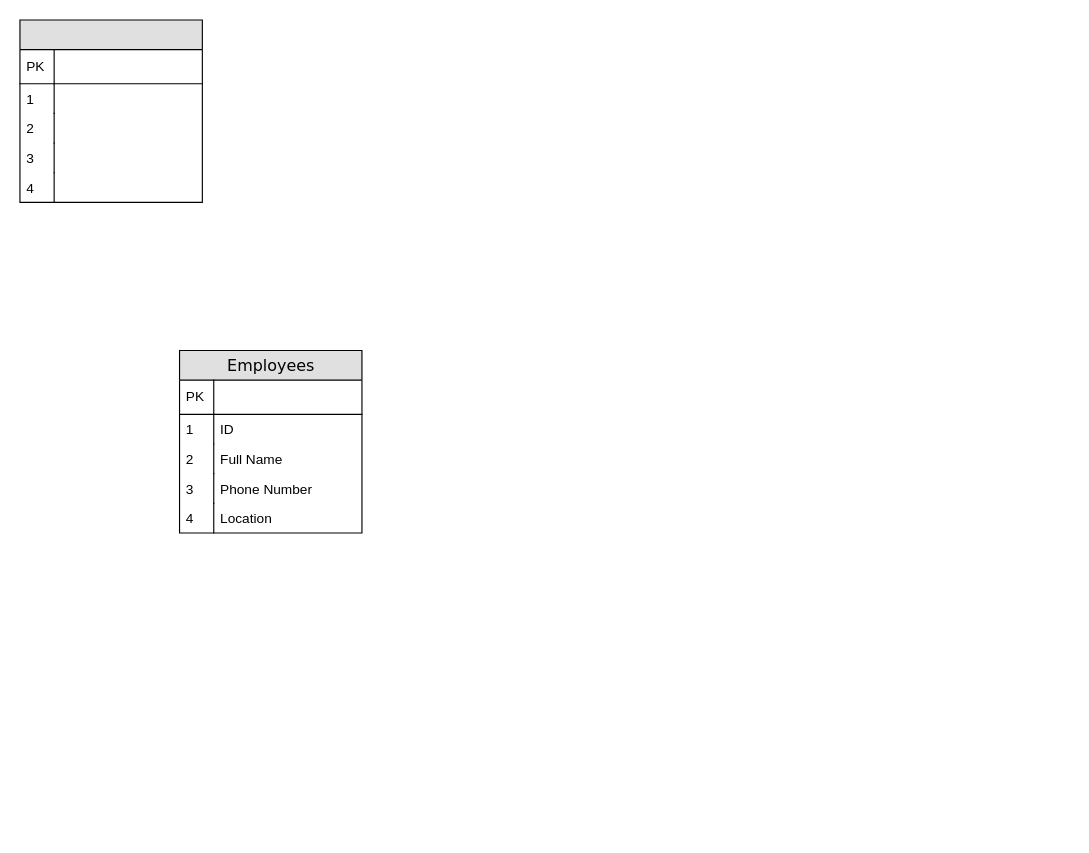
This is Module_1/Entity_Relations_Diagram.drawio from ironhack-bcn-data-pt/Ironhack_Paris, a draw.io file, before an edit. Source tidied: cells renumbered, new cells numbered last; positions are measured from the earlier drawing's top-left corner, leaving out a move shared by most shapes. Both pictures are drawn from the tidied source at 114%, with x=0, y=0 at pixel (19, 19).
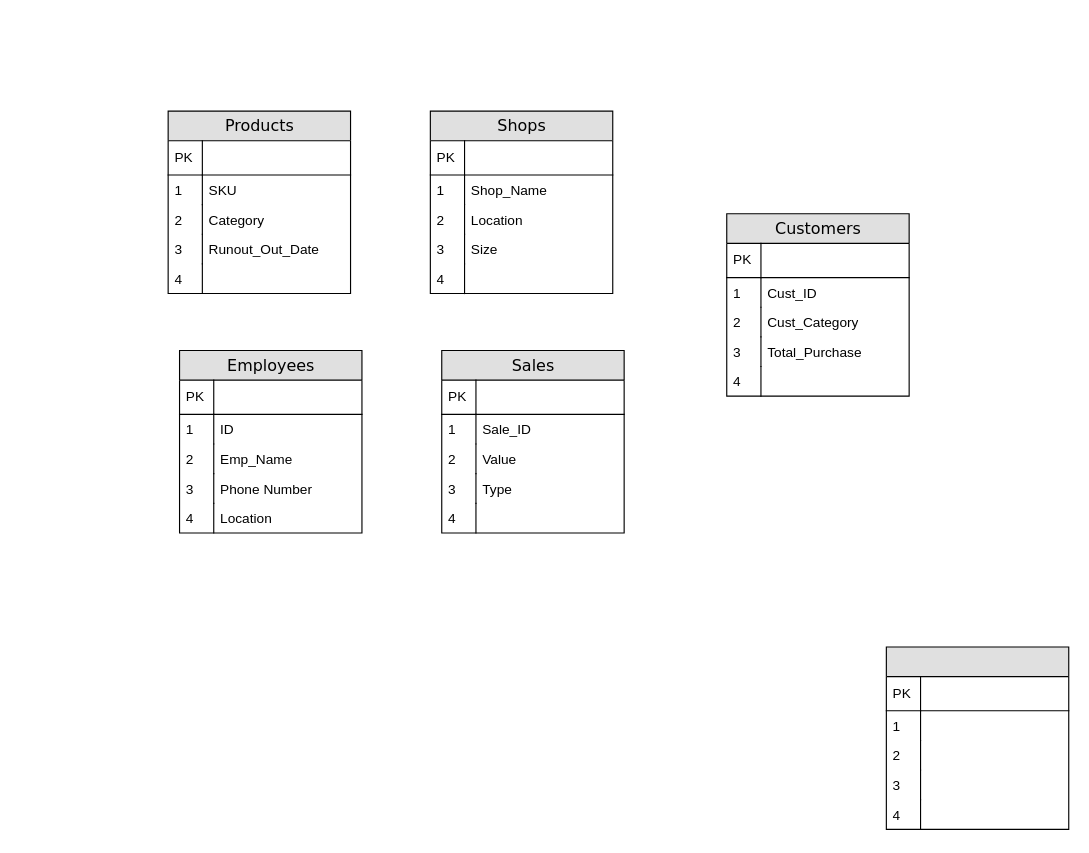
Above is the later version.

The change refers to these unchanged cells:
```xml
<mxCell id="2" value="Employees" style="swimlane;html=1;fontStyle=0;horizontal=1;startSize=26;fillColor=#e0e0e0;swimlaneFillColor=#ffffff;align=center;rounded=0;shadow=0;comic=0;labelBackgroundColor=none;strokeWidth=1;fontFamily=Verdana;fontSize=14;" parent="1" vertex="1">
  <mxGeometry x="140" y="290" width="160" height="160" as="geometry" />
</mxCell>
```

Diff of the diagram source:
```diff
@@
-    <mxCell id="7" value="Full Name" style="shape=partialRectangle;top=0;left=0;right=0;bottom=0;html=1;align=left;verticalAlign=top;fillColor=none;spacingLeft=34;spacingRight=4;whiteSpace=wrap;overflow=hidden;" parent="2" vertex="1">
+    <mxCell id="7" value="Emp_Name" style="shape=partialRectangle;top=0;left=0;right=0;bottom=0;html=1;align=left;verticalAlign=top;fillColor=none;spacingLeft=34;spacingRight=4;whiteSpace=wrap;overflow=hidden;" parent="2" vertex="1">
       <mxGeometry y="82" width="160" height="26" as="geometry" />
     </mxCell>
@@
-    <mxCell id="13" style="swimlane;html=1;fontStyle=0;horizontal=1;startSize=26;fillColor=#e0e0e0;swimlaneFillColor=#ffffff;align=center;rounded=0;shadow=0;comic=0;labelBackgroundColor=none;strokeWidth=1;fontFamily=Verdana;fontSize=14;" parent="1" vertex="1">
-      <mxGeometry width="160" height="160" as="geometry" />
+    <mxCell id="13" value="Products" style="swimlane;html=1;fontStyle=0;horizontal=1;startSize=26;fillColor=#e0e0e0;swimlaneFillColor=#ffffff;align=center;rounded=0;shadow=0;comic=0;labelBackgroundColor=none;strokeWidth=1;fontFamily=Verdana;fontSize=14;" parent="1" vertex="1">
+      <mxGeometry x="130" y="80" width="160" height="160" as="geometry" />
     </mxCell>
@@
-    <mxCell id="16" style="shape=partialRectangle;top=0;left=0;right=0;bottom=0;html=1;align=left;verticalAlign=top;fillColor=none;spacingLeft=34;spacingRight=4;whiteSpace=wrap;overflow=hidden;" parent="13" vertex="1">
+    <mxCell id="16" value="SKU" style="shape=partialRectangle;top=0;left=0;right=0;bottom=0;html=1;align=left;verticalAlign=top;fillColor=none;spacingLeft=34;spacingRight=4;whiteSpace=wrap;overflow=hidden;" parent="13" vertex="1">
       <mxGeometry y="56" width="160" height="26" as="geometry" />
     </mxCell>
@@
-    <mxCell id="18" style="shape=partialRectangle;top=0;left=0;right=0;bottom=0;html=1;align=left;verticalAlign=top;fillColor=none;spacingLeft=34;spacingRight=4;whiteSpace=wrap;overflow=hidden;" parent="13" vertex="1">
+    <mxCell id="18" value="Category" style="shape=partialRectangle;top=0;left=0;right=0;bottom=0;html=1;align=left;verticalAlign=top;fillColor=none;spacingLeft=34;spacingRight=4;whiteSpace=wrap;overflow=hidden;" parent="13" vertex="1">
       <mxGeometry y="82" width="160" height="26" as="geometry" />
     </mxCell>
@@
-    <mxCell id="20" style="shape=partialRectangle;top=0;left=0;right=0;bottom=0;html=1;align=left;verticalAlign=top;fillColor=none;spacingLeft=34;spacingRight=4;whiteSpace=wrap;overflow=hidden;" parent="13" vertex="1">
+    <mxCell id="20" value="Runout_Out_Date" style="shape=partialRectangle;top=0;left=0;right=0;bottom=0;html=1;align=left;verticalAlign=top;fillColor=none;spacingLeft=34;spacingRight=4;whiteSpace=wrap;overflow=hidden;" parent="13" vertex="1">
       <mxGeometry y="108" width="160" height="26" as="geometry" />
     </mxCell>
@@
+    <mxCell id="24" value="Shops" style="swimlane;html=1;fontStyle=0;horizontal=1;startSize=26;fillColor=#e0e0e0;swimlaneFillColor=#ffffff;align=center;rounded=0;shadow=0;comic=0;labelBackgroundColor=none;strokeWidth=1;fontFamily=Verdana;fontSize=14;" parent="1" vertex="1">
+      <mxGeometry x="360" y="80" width="160" height="160" as="geometry" />
+    </mxCell>
+    <mxCell id="25" style="shape=partialRectangle;top=0;left=0;right=0;bottom=1;html=1;align=left;verticalAlign=middle;fillColor=none;spacingLeft=34;spacingRight=4;whiteSpace=wrap;overflow=hidden;fontStyle=5;" parent="24" vertex="1">
+      <mxGeometry y="26" width="160" height="30" as="geometry" />
+    </mxCell>
+    <mxCell id="26" value="PK" style="shape=partialRectangle;top=0;left=0;bottom=0;html=1;fillColor=none;align=left;verticalAlign=middle;spacingLeft=4;spacingRight=4;whiteSpace=wrap;overflow=hidden;" parent="25" vertex="1">
+      <mxGeometry width="30" height="30" as="geometry" />
+    </mxCell>
+    <mxCell id="27" value="Shop_Name" style="shape=partialRectangle;top=0;left=0;right=0;bottom=0;html=1;align=left;verticalAlign=top;fillColor=none;spacingLeft=34;spacingRight=4;whiteSpace=wrap;overflow=hidden;" parent="24" vertex="1">
+      <mxGeometry y="56" width="160" height="26" as="geometry" />
+    </mxCell>
+    <mxCell id="28" value="1" style="shape=partialRectangle;top=0;left=0;bottom=0;html=1;fillColor=none;align=left;verticalAlign=top;spacingLeft=4;spacingRight=4;whiteSpace=wrap;overflow=hidden;" parent="27" vertex="1">
+      <mxGeometry width="30" height="26" as="geometry" />
+    </mxCell>
+    <mxCell id="29" value="Location" style="shape=partialRectangle;top=0;left=0;right=0;bottom=0;html=1;align=left;verticalAlign=top;fillColor=none;spacingLeft=34;spacingRight=4;whiteSpace=wrap;overflow=hidden;" parent="24" vertex="1">
+      <mxGeometry y="82" width="160" height="26" as="geometry" />
+    </mxCell>
+    <mxCell id="30" value="2" style="shape=partialRectangle;top=0;left=0;bottom=0;html=1;fillColor=none;align=left;verticalAlign=top;spacingLeft=4;spacingRight=4;whiteSpace=wrap;overflow=hidden;" parent="29" vertex="1">
+      <mxGeometry width="30" height="26" as="geometry" />
+    </mxCell>
+    <mxCell id="31" value="Size" style="shape=partialRectangle;top=0;left=0;right=0;bottom=0;html=1;align=left;verticalAlign=top;fillColor=none;spacingLeft=34;spacingRight=4;whiteSpace=wrap;overflow=hidden;" parent="24" vertex="1">
+      <mxGeometry y="108" width="160" height="26" as="geometry" />
+    </mxCell>
+    <mxCell id="32" value="3" style="shape=partialRectangle;top=0;left=0;bottom=0;html=1;fillColor=none;align=left;verticalAlign=top;spacingLeft=4;spacingRight=4;whiteSpace=wrap;overflow=hidden;" parent="31" vertex="1">
+      <mxGeometry width="30" height="26" as="geometry" />
+    </mxCell>
+    <mxCell id="33" style="shape=partialRectangle;top=0;left=0;right=0;bottom=0;html=1;align=left;verticalAlign=top;fillColor=none;spacingLeft=34;spacingRight=4;whiteSpace=wrap;overflow=hidden;" parent="24" vertex="1">
+      <mxGeometry y="134" width="160" height="26" as="geometry" />
+    </mxCell>
+    <mxCell id="34" value="4" style="shape=partialRectangle;top=0;left=0;bottom=0;html=1;fillColor=none;align=left;verticalAlign=top;spacingLeft=4;spacingRight=4;whiteSpace=wrap;overflow=hidden;" parent="33" vertex="1">
+      <mxGeometry width="30" height="26" as="geometry" />
+    </mxCell>
+    <mxCell id="35" value="Sales" style="swimlane;html=1;fontStyle=0;horizontal=1;startSize=26;fillColor=#e0e0e0;swimlaneFillColor=#ffffff;align=center;rounded=0;shadow=0;comic=0;labelBackgroundColor=none;strokeWidth=1;fontFamily=Verdana;fontSize=14;" parent="1" vertex="1">
+      <mxGeometry x="370" y="290" width="160" height="160" as="geometry" />
+    </mxCell>
+    <mxCell id="36" style="shape=partialRectangle;top=0;left=0;right=0;bottom=1;html=1;align=left;verticalAlign=middle;fillColor=none;spacingLeft=34;spacingRight=4;whiteSpace=wrap;overflow=hidden;fontStyle=5;" parent="35" vertex="1">
+      <mxGeometry y="26" width="160" height="30" as="geometry" />
+    </mxCell>
+    <mxCell id="37" value="PK" style="shape=partialRectangle;top=0;left=0;bottom=0;html=1;fillColor=none;align=left;verticalAlign=middle;spacingLeft=4;spacingRight=4;whiteSpace=wrap;overflow=hidden;" parent="36" vertex="1">
+      <mxGeometry width="30" height="30" as="geometry" />
+    </mxCell>
+    <mxCell id="38" value="Sale_ID" style="shape=partialRectangle;top=0;left=0;right=0;bottom=0;html=1;align=left;verticalAlign=top;fillColor=none;spacingLeft=34;spacingRight=4;whiteSpace=wrap;overflow=hidden;" parent="35" vertex="1">
+      <mxGeometry y="56" width="160" height="26" as="geometry" />
+    </mxCell>
+    <mxCell id="39" value="1" style="shape=partialRectangle;top=0;left=0;bottom=0;html=1;fillColor=none;align=left;verticalAlign=top;spacingLeft=4;spacingRight=4;whiteSpace=wrap;overflow=hidden;" parent="38" vertex="1">
+      <mxGeometry width="30" height="26" as="geometry" />
+    </mxCell>
+    <mxCell id="40" value="Value" style="shape=partialRectangle;top=0;left=0;right=0;bottom=0;html=1;align=left;verticalAlign=top;fillColor=none;spacingLeft=34;spacingRight=4;whiteSpace=wrap;overflow=hidden;" parent="35" vertex="1">
+      <mxGeometry y="82" width="160" height="26" as="geometry" />
+    </mxCell>
+    <mxCell id="41" value="2" style="shape=partialRectangle;top=0;left=0;bottom=0;html=1;fillColor=none;align=left;verticalAlign=top;spacingLeft=4;spacingRight=4;whiteSpace=wrap;overflow=hidden;" parent="40" vertex="1">
+      <mxGeometry width="30" height="26" as="geometry" />
+    </mxCell>
+    <mxCell id="42" value="Type" style="shape=partialRectangle;top=0;left=0;right=0;bottom=0;html=1;align=left;verticalAlign=top;fillColor=none;spacingLeft=34;spacingRight=4;whiteSpace=wrap;overflow=hidden;" parent="35" vertex="1">
+      <mxGeometry y="108" width="160" height="26" as="geometry" />
+    </mxCell>
+    <mxCell id="43" value="3" style="shape=partialRectangle;top=0;left=0;bottom=0;html=1;fillColor=none;align=left;verticalAlign=top;spacingLeft=4;spacingRight=4;whiteSpace=wrap;overflow=hidden;" parent="42" vertex="1">
+      <mxGeometry width="30" height="26" as="geometry" />
+    </mxCell>
+    <mxCell id="44" style="shape=partialRectangle;top=0;left=0;right=0;bottom=0;html=1;align=left;verticalAlign=top;fillColor=none;spacingLeft=34;spacingRight=4;whiteSpace=wrap;overflow=hidden;" parent="35" vertex="1">
+      <mxGeometry y="134" width="160" height="26" as="geometry" />
+    </mxCell>
+    <mxCell id="45" value="4" style="shape=partialRectangle;top=0;left=0;bottom=0;html=1;fillColor=none;align=left;verticalAlign=top;spacingLeft=4;spacingRight=4;whiteSpace=wrap;overflow=hidden;" parent="44" vertex="1">
+      <mxGeometry width="30" height="26" as="geometry" />
+    </mxCell>
+    <mxCell id="46" value="Customers" style="swimlane;html=1;fontStyle=0;horizontal=1;startSize=26;fillColor=#e0e0e0;swimlaneFillColor=#ffffff;align=center;rounded=0;shadow=0;comic=0;labelBackgroundColor=none;strokeWidth=1;fontFamily=Verdana;fontSize=14;" parent="1" vertex="1">
+      <mxGeometry x="620" y="170" width="160" height="160" as="geometry" />
+    </mxCell>
+    <mxCell id="47" style="shape=partialRectangle;top=0;left=0;right=0;bottom=1;html=1;align=left;verticalAlign=middle;fillColor=none;spacingLeft=34;spacingRight=4;whiteSpace=wrap;overflow=hidden;fontStyle=5;" parent="46" vertex="1">
+      <mxGeometry y="26" width="160" height="30" as="geometry" />
+    </mxCell>
+    <mxCell id="48" value="PK" style="shape=partialRectangle;top=0;left=0;bottom=0;html=1;fillColor=none;align=left;verticalAlign=middle;spacingLeft=4;spacingRight=4;whiteSpace=wrap;overflow=hidden;" parent="47" vertex="1">
+      <mxGeometry width="30" height="30" as="geometry" />
+    </mxCell>
+    <mxCell id="49" value="Cust_ID" style="shape=partialRectangle;top=0;left=0;right=0;bottom=0;html=1;align=left;verticalAlign=top;fillColor=none;spacingLeft=34;spacingRight=4;whiteSpace=wrap;overflow=hidden;" parent="46" vertex="1">
+      <mxGeometry y="56" width="160" height="26" as="geometry" />
+    </mxCell>
+    <mxCell id="50" value="1" style="shape=partialRectangle;top=0;left=0;bottom=0;html=1;fillColor=none;align=left;verticalAlign=top;spacingLeft=4;spacingRight=4;whiteSpace=wrap;overflow=hidden;" parent="49" vertex="1">
+      <mxGeometry width="30" height="26" as="geometry" />
+    </mxCell>
+    <mxCell id="51" value="Cust_Category" style="shape=partialRectangle;top=0;left=0;right=0;bottom=0;html=1;align=left;verticalAlign=top;fillColor=none;spacingLeft=34;spacingRight=4;whiteSpace=wrap;overflow=hidden;" parent="46" vertex="1">
+      <mxGeometry y="82" width="160" height="26" as="geometry" />
+    </mxCell>
+    <mxCell id="52" value="2" style="shape=partialRectangle;top=0;left=0;bottom=0;html=1;fillColor=none;align=left;verticalAlign=top;spacingLeft=4;spacingRight=4;whiteSpace=wrap;overflow=hidden;" parent="51" vertex="1">
+      <mxGeometry width="30" height="26" as="geometry" />
+    </mxCell>
+    <mxCell id="53" value="Total_Purchase" style="shape=partialRectangle;top=0;left=0;right=0;bottom=0;html=1;align=left;verticalAlign=top;fillColor=none;spacingLeft=34;spacingRight=4;whiteSpace=wrap;overflow=hidden;" parent="46" vertex="1">
+      <mxGeometry y="108" width="160" height="26" as="geometry" />
+    </mxCell>
+    <mxCell id="54" value="3" style="shape=partialRectangle;top=0;left=0;bottom=0;html=1;fillColor=none;align=left;verticalAlign=top;spacingLeft=4;spacingRight=4;whiteSpace=wrap;overflow=hidden;" parent="53" vertex="1">
+      <mxGeometry width="30" height="26" as="geometry" />
+    </mxCell>
+    <mxCell id="55" style="shape=partialRectangle;top=0;left=0;right=0;bottom=0;html=1;align=left;verticalAlign=top;fillColor=none;spacingLeft=34;spacingRight=4;whiteSpace=wrap;overflow=hidden;" parent="46" vertex="1">
+      <mxGeometry y="134" width="160" height="26" as="geometry" />
+    </mxCell>
+    <mxCell id="56" value="4" style="shape=partialRectangle;top=0;left=0;bottom=0;html=1;fillColor=none;align=left;verticalAlign=top;spacingLeft=4;spacingRight=4;whiteSpace=wrap;overflow=hidden;" parent="55" vertex="1">
+      <mxGeometry width="30" height="26" as="geometry" />
+    </mxCell>
+    <mxCell id="57" style="swimlane;html=1;fontStyle=0;horizontal=1;startSize=26;fillColor=#e0e0e0;swimlaneFillColor=#ffffff;align=center;rounded=0;shadow=0;comic=0;labelBackgroundColor=none;strokeWidth=1;fontFamily=Verdana;fontSize=14;" parent="1" vertex="1">
+      <mxGeometry x="760" y="550" width="160" height="160" as="geometry" />
+    </mxCell>
+    <mxCell id="58" style="shape=partialRectangle;top=0;left=0;right=0;bottom=1;html=1;align=left;verticalAlign=middle;fillColor=none;spacingLeft=34;spacingRight=4;whiteSpace=wrap;overflow=hidden;fontStyle=5;" parent="57" vertex="1">
+      <mxGeometry y="26" width="160" height="30" as="geometry" />
+    </mxCell>
+    <mxCell id="59" value="PK" style="shape=partialRectangle;top=0;left=0;bottom=0;html=1;fillColor=none;align=left;verticalAlign=middle;spacingLeft=4;spacingRight=4;whiteSpace=wrap;overflow=hidden;" parent="58" vertex="1">
+      <mxGeometry width="30" height="30" as="geometry" />
+    </mxCell>
+    <mxCell id="60" style="shape=partialRectangle;top=0;left=0;right=0;bottom=0;html=1;align=left;verticalAlign=top;fillColor=none;spacingLeft=34;spacingRight=4;whiteSpace=wrap;overflow=hidden;" parent="57" vertex="1">
+      <mxGeometry y="56" width="160" height="26" as="geometry" />
+    </mxCell>
+    <mxCell id="61" value="1" style="shape=partialRectangle;top=0;left=0;bottom=0;html=1;fillColor=none;align=left;verticalAlign=top;spacingLeft=4;spacingRight=4;whiteSpace=wrap;overflow=hidden;" parent="60" vertex="1">
+      <mxGeometry width="30" height="26" as="geometry" />
+    </mxCell>
+    <mxCell id="62" style="shape=partialRectangle;top=0;left=0;right=0;bottom=0;html=1;align=left;verticalAlign=top;fillColor=none;spacingLeft=34;spacingRight=4;whiteSpace=wrap;overflow=hidden;" parent="57" vertex="1">
+      <mxGeometry y="82" width="160" height="26" as="geometry" />
+    </mxCell>
+    <mxCell id="63" value="2" style="shape=partialRectangle;top=0;left=0;bottom=0;html=1;fillColor=none;align=left;verticalAlign=top;spacingLeft=4;spacingRight=4;whiteSpace=wrap;overflow=hidden;" parent="62" vertex="1">
+      <mxGeometry width="30" height="26" as="geometry" />
+    </mxCell>
+    <mxCell id="64" style="shape=partialRectangle;top=0;left=0;right=0;bottom=0;html=1;align=left;verticalAlign=top;fillColor=none;spacingLeft=34;spacingRight=4;whiteSpace=wrap;overflow=hidden;" parent="57" vertex="1">
+      <mxGeometry y="108" width="160" height="26" as="geometry" />
+    </mxCell>
+    <mxCell id="65" value="3" style="shape=partialRectangle;top=0;left=0;bottom=0;html=1;fillColor=none;align=left;verticalAlign=top;spacingLeft=4;spacingRight=4;whiteSpace=wrap;overflow=hidden;" parent="64" vertex="1">
+      <mxGeometry width="30" height="26" as="geometry" />
+    </mxCell>
+    <mxCell id="66" style="shape=partialRectangle;top=0;left=0;right=0;bottom=0;html=1;align=left;verticalAlign=top;fillColor=none;spacingLeft=34;spacingRight=4;whiteSpace=wrap;overflow=hidden;" parent="57" vertex="1">
+      <mxGeometry y="134" width="160" height="26" as="geometry" />
+    </mxCell>
+    <mxCell id="67" value="4" style="shape=partialRectangle;top=0;left=0;bottom=0;html=1;fillColor=none;align=left;verticalAlign=top;spacingLeft=4;spacingRight=4;whiteSpace=wrap;overflow=hidden;" parent="66" vertex="1">
+      <mxGeometry width="30" height="26" as="geometry" />
+    </mxCell>
```
